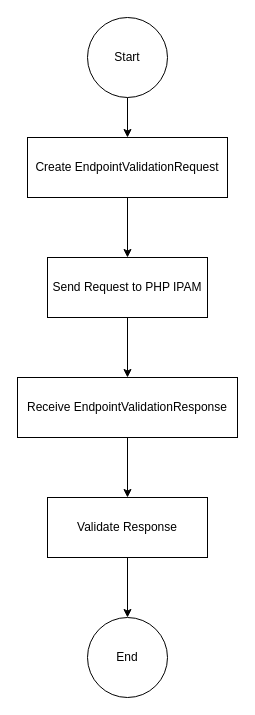
The draw.io diagram Diagrams/Validate Endpoint.drawio in Kolt-Horror/php-ipam-vra-plugin, before the edit. Source tidied: cells renumbered, new cells numbered last; positions are measured from the earlier drawing's top-left corner, leaving out a move shared by most shapes. Both pictures are drawn from the tidied source at 100%, with x=0, y=0 at pixel (17, 17).
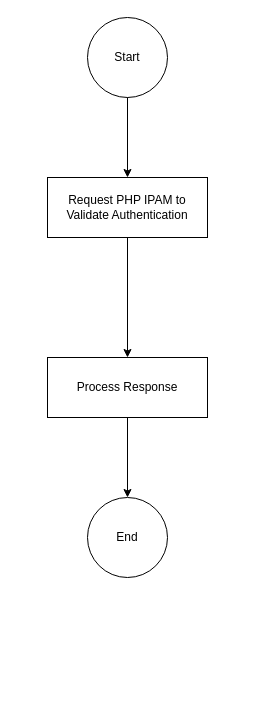
The same page after the edit.

Diff of the diagram source:
```diff
@@
 <mxGraphModel>
   <root>
     <mxCell id="0" />
     <mxCell id="1" parent="0" />
-    <mxCell id="2" style="edgeStyle=none;html=1;exitX=0.5;exitY=1;exitDx=0;exitDy=0;entryX=0.5;entryY=0;entryDx=0;entryDy=0;" parent="1" edge="1" source="3" target="5">
-      <mxGeometry relative="1" as="geometry" />
-    </mxCell>
     <mxCell id="3" value="Start" style="ellipse;whiteSpace=wrap;html=1;" parent="1" vertex="1">
       <mxGeometry x="70" width="80" height="80" as="geometry" />
     </mxCell>
-    <mxCell id="4" style="edgeStyle=none;html=1;exitX=0.5;exitY=1;exitDx=0;exitDy=0;entryX=0.5;entryY=0;entryDx=0;entryDy=0;" parent="1" edge="1" source="5" target="7">
+    <mxCell id="4" style="edgeStyle=none;html=1;entryX=0.5;entryY=0;entryDx=0;entryDy=0;exitX=0.5;exitY=1;exitDx=0;exitDy=0;" parent="1" edge="1" source="3" target="7">
       <mxGeometry relative="1" as="geometry" />
     </mxCell>
-    <mxCell id="5" value="Create EndpointValidationRequest" style="rounded=0;whiteSpace=wrap;html=1;" parent="1" vertex="1">
-      <mxGeometry x="10" y="120" width="200" height="60" as="geometry" />
-    </mxCell>
-    <mxCell id="6" style="edgeStyle=none;html=1;exitX=0.5;exitY=1;exitDx=0;exitDy=0;entryX=0.5;entryY=0;entryDx=0;entryDy=0;" parent="1" edge="1" source="7" target="9">
-      <mxGeometry relative="1" as="geometry" />
-    </mxCell>
-    <mxCell id="7" value="Send Request to PHP IPAM" style="rounded=0;whiteSpace=wrap;html=1;" parent="1" vertex="1">
-      <mxGeometry x="30" y="240" width="160" height="60" as="geometry" />
+    <mxCell id="7" value="Request PHP IPAM to Validate Authentication" style="rounded=0;whiteSpace=wrap;html=1;" parent="1" vertex="1">
+      <mxGeometry x="30" y="160" width="160" height="60" as="geometry" />
     </mxCell>
-    <mxCell id="8" style="edgeStyle=none;html=1;exitX=0.5;exitY=1;exitDx=0;exitDy=0;entryX=0.5;entryY=0;entryDx=0;entryDy=0;" parent="1" edge="1" source="9" target="11">
+    <mxCell id="8" style="edgeStyle=none;html=1;exitX=0.5;exitY=1;exitDx=0;exitDy=0;entryX=0.5;entryY=0;entryDx=0;entryDy=0;" parent="1" edge="1" source="7" target="11">
       <mxGeometry relative="1" as="geometry" />
     </mxCell>
-    <mxCell id="9" value="Receive EndpointValidationResponse" style="rounded=0;whiteSpace=wrap;html=1;" parent="1" vertex="1">
-      <mxGeometry y="360" width="220" height="60" as="geometry" />
-    </mxCell>
     <mxCell id="10" style="edgeStyle=none;html=1;exitX=0.5;exitY=1;exitDx=0;exitDy=0;entryX=0.5;entryY=0;entryDx=0;entryDy=0;" parent="1" edge="1" source="11" target="12">
       <mxGeometry relative="1" as="geometry" />
     </mxCell>
-    <mxCell id="11" value="Validate Response" style="rounded=0;whiteSpace=wrap;html=1;" parent="1" vertex="1">
-      <mxGeometry x="30" y="480" width="160" height="60" as="geometry" />
+    <mxCell id="11" value="Process Response" style="rounded=0;whiteSpace=wrap;html=1;" parent="1" vertex="1">
+      <mxGeometry x="30" y="340" width="160" height="60" as="geometry" />
     </mxCell>
     <mxCell id="12" value="End" style="ellipse;whiteSpace=wrap;html=1;" parent="1" vertex="1">
-      <mxGeometry x="70" y="600" width="80" height="80" as="geometry" />
+      <mxGeometry x="70" y="480" width="80" height="80" as="geometry" />
     </mxCell>
   </root>
 </mxGraphModel>
```
